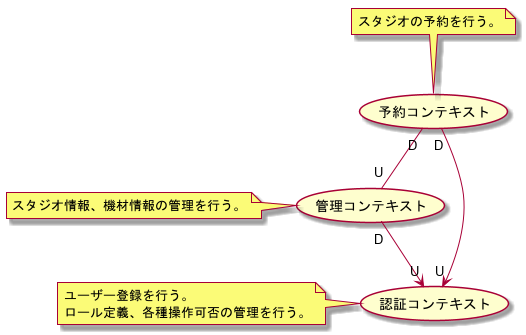
TakashiOnawa/ddd-practice-studio-reservation keeps this PlantUML diagram as modeling/06_ContextMap/ContextMap.png. Above is the earlier version.
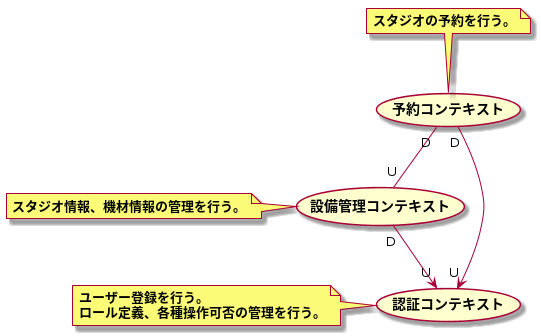
Above is the later version.

What changed in the source:
```diff
@@ -1,14 +1,14 @@
 @startuml ContextMap
 
-(予約コンテキスト) "D" -- "U" (管理コンテキスト)
+(予約コンテキスト) "D" -- "U" (設備管理コンテキスト)
 (予約コンテキスト) "D" --> "U" (認証コンテキスト)
-(管理コンテキスト) "D" --> "U" (認証コンテキスト)
+(設備管理コンテキスト) "D" --> "U" (認証コンテキスト)
 
 note top of (予約コンテキスト)
 スタジオの予約を行う。
 end note
 
-note left of (管理コンテキスト)
+note left of (設備管理コンテキスト)
 スタジオ情報、機材情報の管理を行う。
 end note
 
```
